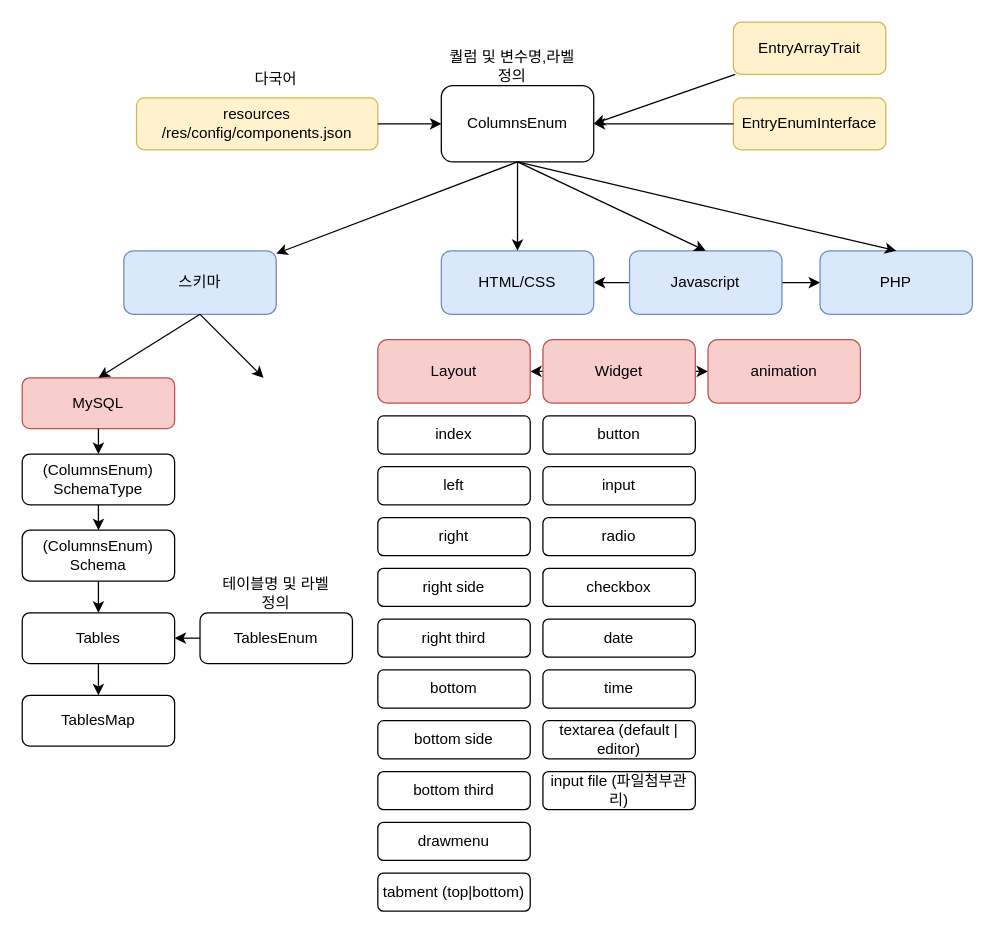
This is components.drawio from apmsoft/flexphp, a draw.io file, before an edit. Source tidied: cells renumbered, new cells numbered last; positions are measured from the earlier drawing's top-left corner, leaving out a move shared by most shapes. Both pictures are drawn from the tidied source at 127%, with x=0, y=0 at pixel (22, 22).
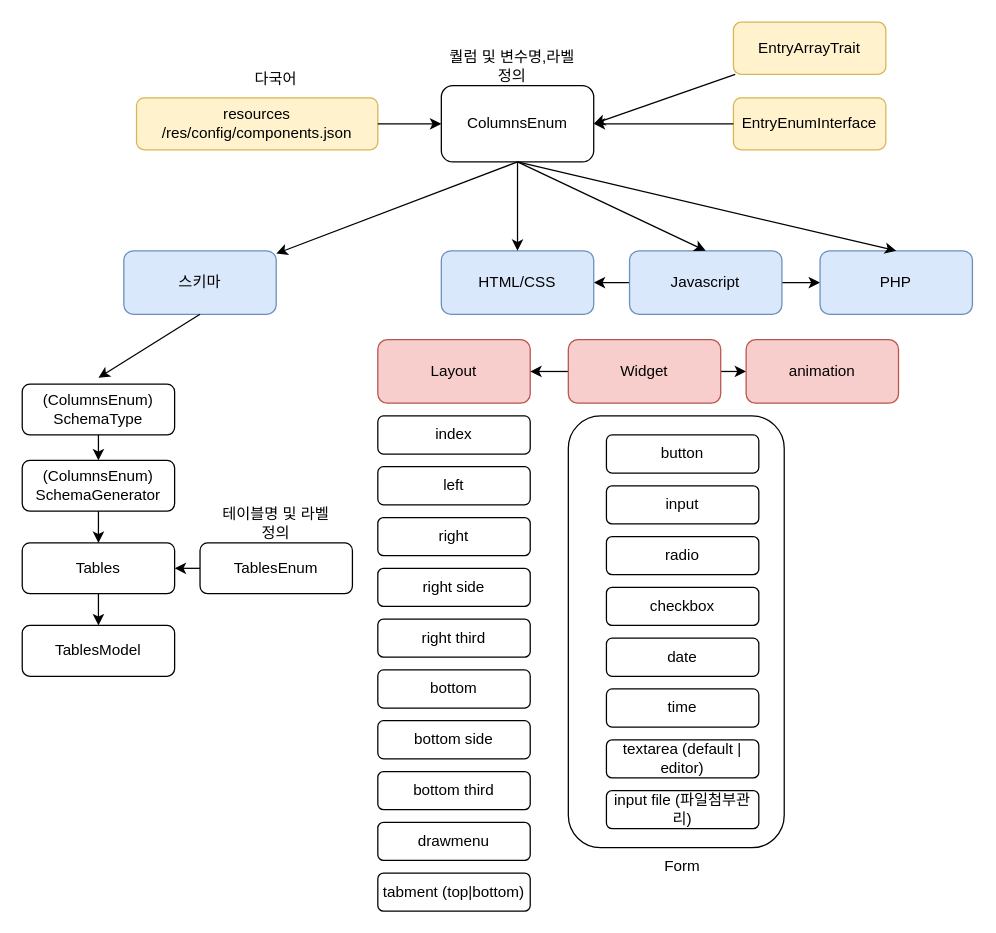
The same diagram, later.

Unchanged cells that the change refers to:
```xml
<mxCell id="11" value="스키마" style="rounded=1;whiteSpace=wrap;html=1;fillColor=#dae8fc;strokeColor=#6c8ebf;" parent="1" vertex="1">
  <mxGeometry x="80" y="180" width="120" height="50" as="geometry" />
</mxCell>
<mxCell id="33" value="Layout" style="rounded=1;whiteSpace=wrap;html=1;fillColor=#f8cecc;strokeColor=#b85450;" parent="1" vertex="1">
  <mxGeometry x="280" y="250" width="120" height="50" as="geometry" />
</mxCell>
```

Change to the diagram source:
```diff
@@
+    <mxCell id="56" style="rounded=1;whiteSpace=wrap;html=1;" parent="1" vertex="1">
+      <mxGeometry x="430" y="310" width="170" height="340" as="geometry" />
+    </mxCell>
-    <mxCell id="2" style="endArrow=classic;startArrow=classic;html=1;exitX=1;exitY=0.5;exitDx=0;exitDy=0;entryX=0;entryY=0.5;entryDx=0;entryDy=0;" parent="1" edge="1" source="33" target="46">
+    <mxCell id="2" style="endArrow=classic;startArrow=none;html=1;exitX=1;exitY=0.5;exitDx=0;exitDy=0;entryX=0;entryY=0.5;entryDx=0;entryDy=0;" parent="1" edge="1" source="26" target="46">
       <mxGeometry relative="1" as="geometry" />
     </mxCell>
@@
-    <mxCell id="12" value="MySQL" style="rounded=1;whiteSpace=wrap;html=1;fillColor=#f8cecc;strokeColor=#b85450;" parent="1" vertex="1">
-      <mxGeometry y="280" width="120" height="40" as="geometry" />
-    </mxCell>
     <mxCell id="13" value="(ColumnsEnum)&lt;br&gt;SchemaType" style="rounded=1;whiteSpace=wrap;html=1;" parent="1" vertex="1">
-      <mxGeometry y="340" width="120" height="40" as="geometry" />
+      <mxGeometry y="285" width="120" height="40" as="geometry" />
     </mxCell>
-    <mxCell id="14" value="(ColumnsEnum)&lt;br&gt;Schema" style="rounded=1;whiteSpace=wrap;html=1;" parent="1" vertex="1">
-      <mxGeometry y="400" width="120" height="40" as="geometry" />
+    <mxCell id="14" value="(ColumnsEnum)&lt;br&gt;SchemaGenerator" style="rounded=1;whiteSpace=wrap;html=1;" parent="1" vertex="1">
+      <mxGeometry y="345" width="120" height="40" as="geometry" />
     </mxCell>
@@
-    <mxCell id="17" style="endArrow=classic;html=1;exitX=0.5;exitY=1;exitDx=0;exitDy=0;entryX=0.5;entryY=0;entryDx=0;entryDy=0;" parent="1" edge="1" source="11" target="12">
-      <mxGeometry relative="1" as="geometry" />
+    <mxCell id="17" style="endArrow=classic;html=1;exitX=0.5;exitY=1;exitDx=0;exitDy=0;entryX=0.5;entryY=0;entryDx=0;entryDy=0;" parent="1" edge="1" source="11">
+      <mxGeometry relative="1" as="geometry">
+        <mxPoint x="60" y="280" as="targetPoint" />
+      </mxGeometry>
     </mxCell>
-    <mxCell id="18" style="endArrow=classic;html=1;entryX=0.5;entryY=0;entryDx=0;entryDy=0;exitX=0.5;exitY=1;exitDx=0;exitDy=0;" parent="1" edge="1" source="12" target="13">
-      <mxGeometry relative="1" as="geometry" />
-    </mxCell>
@@
-    <mxCell id="25" style="endArrow=classic;html=1;exitX=0.5;exitY=1;exitDx=0;exitDy=0;" parent="1" edge="1" source="11">
-      <mxGeometry relative="1" as="geometry">
-        <mxPoint x="190" y="280" as="targetPoint" />
-      </mxGeometry>
-    </mxCell>
-    <mxCell id="26" value="Widget" style="rounded=1;whiteSpace=wrap;html=1;fillColor=#f8cecc;strokeColor=#b85450;" parent="1" vertex="1">
-      <mxGeometry x="410" y="250" width="120" height="50" as="geometry" />
-    </mxCell>
     <mxCell id="27" value="button" style="rounded=1;whiteSpace=wrap;html=1;" parent="1" vertex="1">
-      <mxGeometry x="410" y="310" width="120" height="30" as="geometry" />
+      <mxGeometry x="460" y="325" width="120" height="30" as="geometry" />
     </mxCell>
     <mxCell id="28" value="input" style="rounded=1;whiteSpace=wrap;html=1;" parent="1" vertex="1">
-      <mxGeometry x="410" y="350" width="120" height="30" as="geometry" />
+      <mxGeometry x="460" y="365" width="120" height="30" as="geometry" />
     </mxCell>
     <mxCell id="29" value="radio" style="rounded=1;whiteSpace=wrap;html=1;" parent="1" vertex="1">
-      <mxGeometry x="410" y="390" width="120" height="30" as="geometry" />
+      <mxGeometry x="460" y="405" width="120" height="30" as="geometry" />
     </mxCell>
     <mxCell id="30" value="date" style="rounded=1;whiteSpace=wrap;html=1;" parent="1" vertex="1">
-      <mxGeometry x="410" y="470" width="120" height="30" as="geometry" />
+      <mxGeometry x="460" y="485" width="120" height="30" as="geometry" />
     </mxCell>
     <mxCell id="31" value="time" style="rounded=1;whiteSpace=wrap;html=1;" parent="1" vertex="1">
-      <mxGeometry x="410" y="510" width="120" height="30" as="geometry" />
+      <mxGeometry x="460" y="525" width="120" height="30" as="geometry" />
     </mxCell>
     <mxCell id="32" value="checkbox" style="rounded=1;whiteSpace=wrap;html=1;" parent="1" vertex="1">
-      <mxGeometry x="410" y="430" width="120" height="30" as="geometry" />
+      <mxGeometry x="460" y="445" width="120" height="30" as="geometry" />
     </mxCell>
@@
     <mxCell id="44" value="textarea (default | editor)" style="rounded=1;whiteSpace=wrap;html=1;" parent="1" vertex="1">
-      <mxGeometry x="410" y="550" width="120" height="30" as="geometry" />
+      <mxGeometry x="460" y="565" width="120" height="30" as="geometry" />
     </mxCell>
     <mxCell id="45" value="input file (파일첨부관리)" style="rounded=1;whiteSpace=wrap;html=1;" parent="1" vertex="1">
-      <mxGeometry x="410" y="590" width="120" height="30" as="geometry" />
+      <mxGeometry x="460" y="605" width="120" height="30" as="geometry" />
     </mxCell>
     <mxCell id="46" value="animation" style="rounded=1;whiteSpace=wrap;html=1;fillColor=#f8cecc;strokeColor=#b85450;" parent="1" vertex="1">
-      <mxGeometry x="540" y="250" width="120" height="50" as="geometry" />
+      <mxGeometry x="570" y="250" width="120" height="50" as="geometry" />
     </mxCell>
@@
     <mxCell id="49" value="TablesEnum" style="rounded=1;whiteSpace=wrap;html=1;" parent="1" vertex="1">
-      <mxGeometry x="140" y="465" width="120" height="40" as="geometry" />
+      <mxGeometry x="140" y="410" width="120" height="40" as="geometry" />
     </mxCell>
     <mxCell id="50" value="Tables" style="rounded=1;whiteSpace=wrap;html=1;" parent="1" vertex="1">
-      <mxGeometry y="465" width="120" height="40" as="geometry" />
+      <mxGeometry y="410" width="120" height="40" as="geometry" />
     </mxCell>
@@
     <mxCell id="53" value="테이블명 및 라벨 &lt;br&gt;정의" style="text;html=1;strokeColor=none;fillColor=none;align=center;verticalAlign=middle;whiteSpace=wrap;rounded=0;" parent="1" vertex="1">
-      <mxGeometry x="145.9" y="435" width="108.2" height="30" as="geometry" />
+      <mxGeometry x="145.9" y="380" width="108.2" height="30" as="geometry" />
     </mxCell>
-    <mxCell id="54" value="TablesMap" style="rounded=1;whiteSpace=wrap;html=1;" parent="1" vertex="1">
-      <mxGeometry y="530" width="120" height="40" as="geometry" />
+    <mxCell id="54" value="TablesModel" style="rounded=1;whiteSpace=wrap;html=1;" parent="1" vertex="1">
+      <mxGeometry y="475" width="120" height="40" as="geometry" />
     </mxCell>
@@
+    <mxCell id="57" style="endArrow=none;startArrow=classic;html=1;exitX=1;exitY=0.5;exitDx=0;exitDy=0;entryX=0;entryY=0.5;entryDx=0;entryDy=0;" parent="1" edge="1" source="33" target="26">
+      <mxGeometry relative="1" as="geometry" />
+    </mxCell>
+    <mxCell id="26" value="Widget" style="rounded=1;whiteSpace=wrap;html=1;fillColor=#f8cecc;strokeColor=#b85450;" parent="1" vertex="1">
+      <mxGeometry x="430" y="250" width="120" height="50" as="geometry" />
+    </mxCell>
+    <mxCell id="58" value="Form" style="text;html=1;strokeColor=none;fillColor=none;align=center;verticalAlign=middle;whiteSpace=wrap;rounded=0;" parent="1" vertex="1">
+      <mxGeometry x="490" y="650" width="60" height="30" as="geometry" />
+    </mxCell>
```
